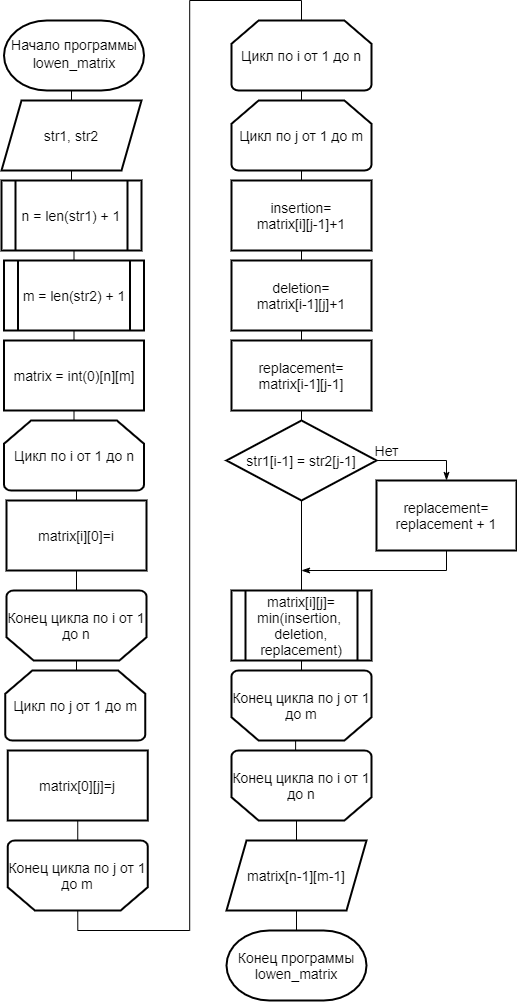
Before: lab1/report/inc/img/l_matrix.png, a diagram exported from draw.io (alena-zayts/BMSTU_5sem_analysis_of_algorithms). Source tidied: cells renumbered, new cells last; positions are measured from the earlier drawing's top-left corner, leaving out a move shared by most shapes.
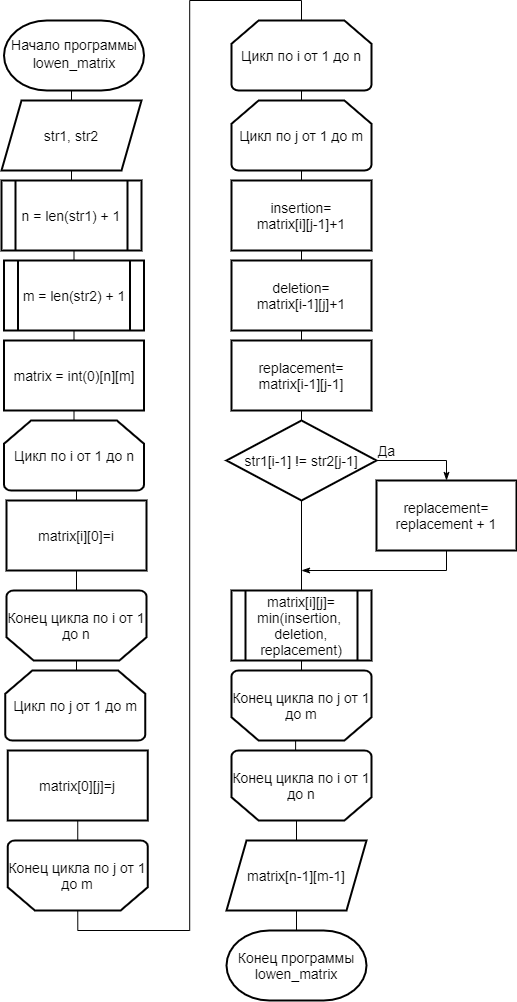
Above is the later version.

What changed in the source:
```diff
@@ -127,13 +127,13 @@
     <mxCell id="39" value="replacement=&lt;br&gt;matrix[i-1][j-1]" style="rounded=0;whiteSpace=wrap;html=1;strokeWidth=2;fontSize=14;" parent="1" vertex="1">
       <mxGeometry x="230" y="320" width="140" height="70" as="geometry" />
     </mxCell>
-    <mxCell id="40" value="Нет" style="edgeStyle=orthogonalEdgeStyle;rounded=0;jettySize=auto;html=1;exitX=1;exitY=0.5;exitDx=0;exitDy=0;entryX=0.5;entryY=0;entryDx=0;entryDy=0;endArrow=classicThin;endFill=1;fontSize=14;" parent="1" edge="1" source="42" target="44">
+    <mxCell id="40" value="Да" style="edgeStyle=orthogonalEdgeStyle;rounded=0;jettySize=auto;html=1;exitX=1;exitY=0.5;exitDx=0;exitDy=0;entryX=0.5;entryY=0;entryDx=0;entryDy=0;endArrow=classicThin;endFill=1;fontSize=14;" parent="1" edge="1" source="42" target="44">
       <mxGeometry x="-0.79" y="10" relative="1" as="geometry" />
     </mxCell>
     <mxCell id="41" style="edgeStyle=orthogonalEdgeStyle;rounded=0;jettySize=auto;html=1;exitX=0.5;exitY=1;exitDx=0;exitDy=0;entryX=0.5;entryY=0;entryDx=0;entryDy=0;endArrow=none;endFill=0;" parent="1" edge="1" source="42" target="46">
       <mxGeometry relative="1" as="geometry" />
     </mxCell>
-    <mxCell id="42" value="&lt;span style=&quot;font-size: 14px&quot;&gt;str1[i-1] = str2[j-1]&lt;/span&gt;" style="rhombus;whiteSpace=wrap;html=1;strokeWidth=2;fontSize=14;" parent="1" vertex="1">
+    <mxCell id="42" value="&lt;span style=&quot;font-size: 14px&quot;&gt;str1[i-1] != str2[j-1]&lt;/span&gt;" style="rhombus;whiteSpace=wrap;html=1;strokeWidth=2;fontSize=14;" parent="1" vertex="1">
       <mxGeometry x="225" y="400" width="150" height="80" as="geometry" />
     </mxCell>
     <mxCell id="43" style="edgeStyle=orthogonalEdgeStyle;rounded=0;jettySize=auto;html=1;endArrow=classicThin;endFill=1;" parent="1" edge="1" source="44">
```
